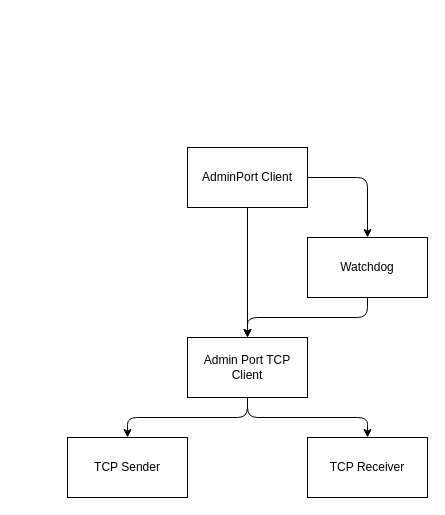
Before: Docs/architecture.drawio in shoter/OpenTTDAdminPort, a draw.io diagram. Source tidied: cells renumbered, new cells numbered last; positions are measured from the earlier drawing's top-left corner, leaving out a move shared by most shapes. Both pictures are drawn from the tidied source at 100%, with x=0, y=0 at pixel (67, 147).
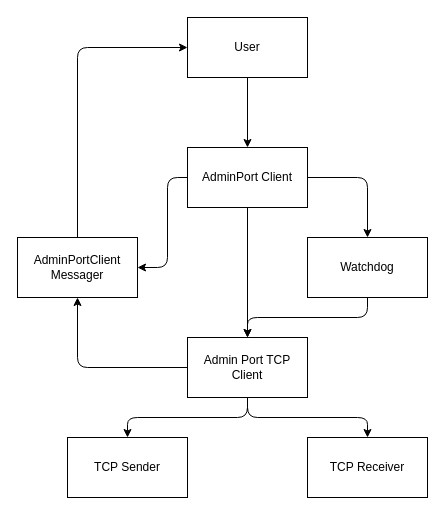
The same page after the edit.

Unchanged cells that the change refers to:
```xml
<mxCell id="4" value="AdminPort Client" style="rounded=0;whiteSpace=wrap;html=1;" parent="1" vertex="1">
  <mxGeometry x="120" width="120" height="60" as="geometry" />
</mxCell>
<mxCell id="9" value="Admin Port TCP Client" style="whiteSpace=wrap;html=1;rounded=0;align=center;verticalAlign=middle;" parent="1" vertex="1">
  <mxGeometry x="120" y="190" width="120" height="60" as="geometry" />
</mxCell>
```

What changed in the source:
```diff
@@
+    <mxCell id="12" style="edgeStyle=none;html=1;entryX=1;entryY=0.5;entryDx=0;entryDy=0;" parent="1" edge="1" source="4" target="15">
+      <mxGeometry relative="1" as="geometry">
+        <Array as="points">
+          <mxPoint x="100" y="30" />
+          <mxPoint x="100" y="120" />
+        </Array>
+      </mxGeometry>
+    </mxCell>
@@
+    <mxCell id="13" style="edgeStyle=none;html=1;entryX=0.5;entryY=1;entryDx=0;entryDy=0;" parent="1" edge="1" source="9" target="15">
+      <mxGeometry relative="1" as="geometry">
+        <Array as="points">
+          <mxPoint x="10" y="220" />
+        </Array>
+      </mxGeometry>
+    </mxCell>
@@
+    <mxCell id="14" style="edgeStyle=none;html=1;entryX=0;entryY=0.5;entryDx=0;entryDy=0;" parent="1" edge="1" source="15" target="17">
+      <mxGeometry relative="1" as="geometry">
+        <Array as="points">
+          <mxPoint x="10" y="-100" />
+        </Array>
+      </mxGeometry>
+    </mxCell>
+    <mxCell id="15" value="AdminPortClient&lt;br&gt;Messager" style="rounded=0;whiteSpace=wrap;html=1;" parent="1" vertex="1">
+      <mxGeometry x="-50" y="90" width="120" height="60" as="geometry" />
+    </mxCell>
+    <mxCell id="16" style="edgeStyle=none;html=1;entryX=0.5;entryY=0;entryDx=0;entryDy=0;" parent="1" edge="1" source="17" target="4">
+      <mxGeometry relative="1" as="geometry" />
+    </mxCell>
+    <mxCell id="17" value="User" style="rounded=0;whiteSpace=wrap;html=1;" parent="1" vertex="1">
+      <mxGeometry x="120" y="-130" width="120" height="60" as="geometry" />
+    </mxCell>
```
